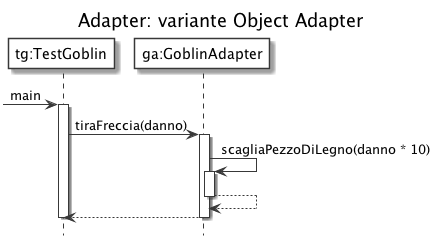
The PlantUML diagram DesignPattern/Adapter/Goblin/uml/sequence_diagram_oa.png in dmi-tutorato-ids/materiale, before a commit.
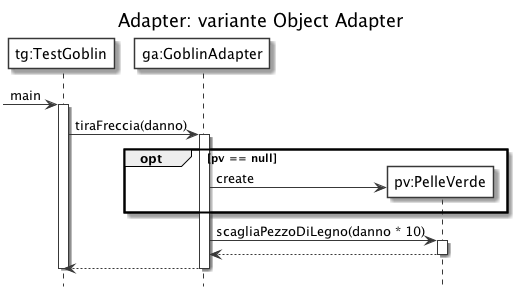
The same file after the commit.

Commit message:
fix: Rename sequence diagrams for the Adapter

What changed in the source:
```diff
@@ -11,6 +11,7 @@
 
 participant "tg:TestGoblin" as tg
 participant "ga:GoblinAdapter" as ga
+participant "pv:PelleVerde" as pv
 
 -> tg: main
 activate tg
@@ -18,11 +19,15 @@
 tg -> ga: tiraFreccia(danno)
 activate ga
 
-ga -> ga: scagliaPezzoDiLegno(danno * 10)
-activate ga
+opt pv == null
+	ga -> pv ** : create
+end
 
-ga --> ga
-deactivate ga
+ga -> pv: scagliaPezzoDiLegno(danno * 10)
+activate pv
+
+pv --> ga
+deactivate pv
 
 ga --> tg
 deactivate ga
```
